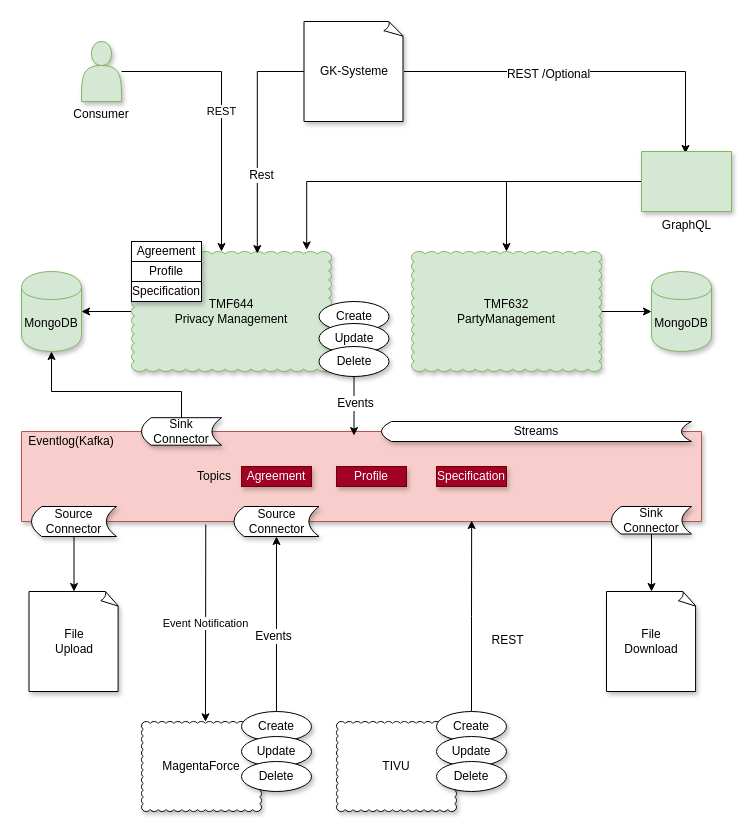
The draw.io diagram Systemarchitecture.drawio in fschaell/tmf644-quarkus-mongo, before the edit. Source tidied: cells renumbered, new cells numbered last; positions are measured from the earlier drawing's top-left corner, leaving out a move shared by most shapes. Both pictures are drawn from the tidied source at 100%, with x=0, y=0 at pixel (21, 21).
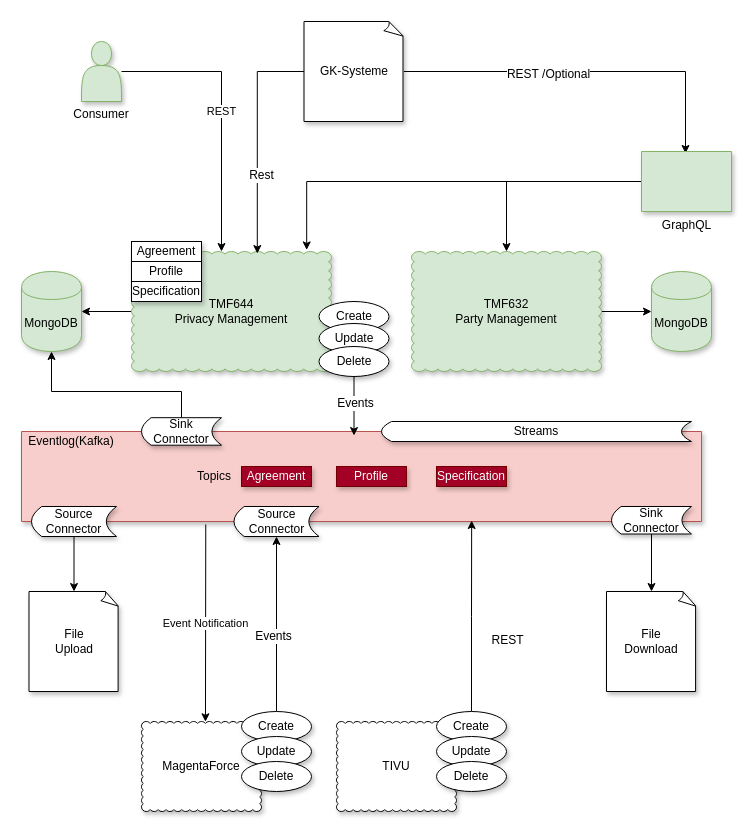
The same page after the edit.

Change to the diagram source:
```diff
@@
-    <mxCell id="5" value="TMF632&lt;br&gt;PartyManagement" style="whiteSpace=wrap;html=1;shape=mxgraph.basic.cloud_rect;shadow=1;fillColor=#d5e8d4;strokeColor=#82b366;" parent="1" vertex="1">
+    <mxCell id="5" value="TMF632&lt;br&gt;Party Management" style="whiteSpace=wrap;html=1;shape=mxgraph.basic.cloud_rect;shadow=1;fillColor=#d5e8d4;strokeColor=#82b366;" parent="1" vertex="1">
       <mxGeometry x="390" y="230" width="190" height="120" as="geometry" />
     </mxCell>
```
